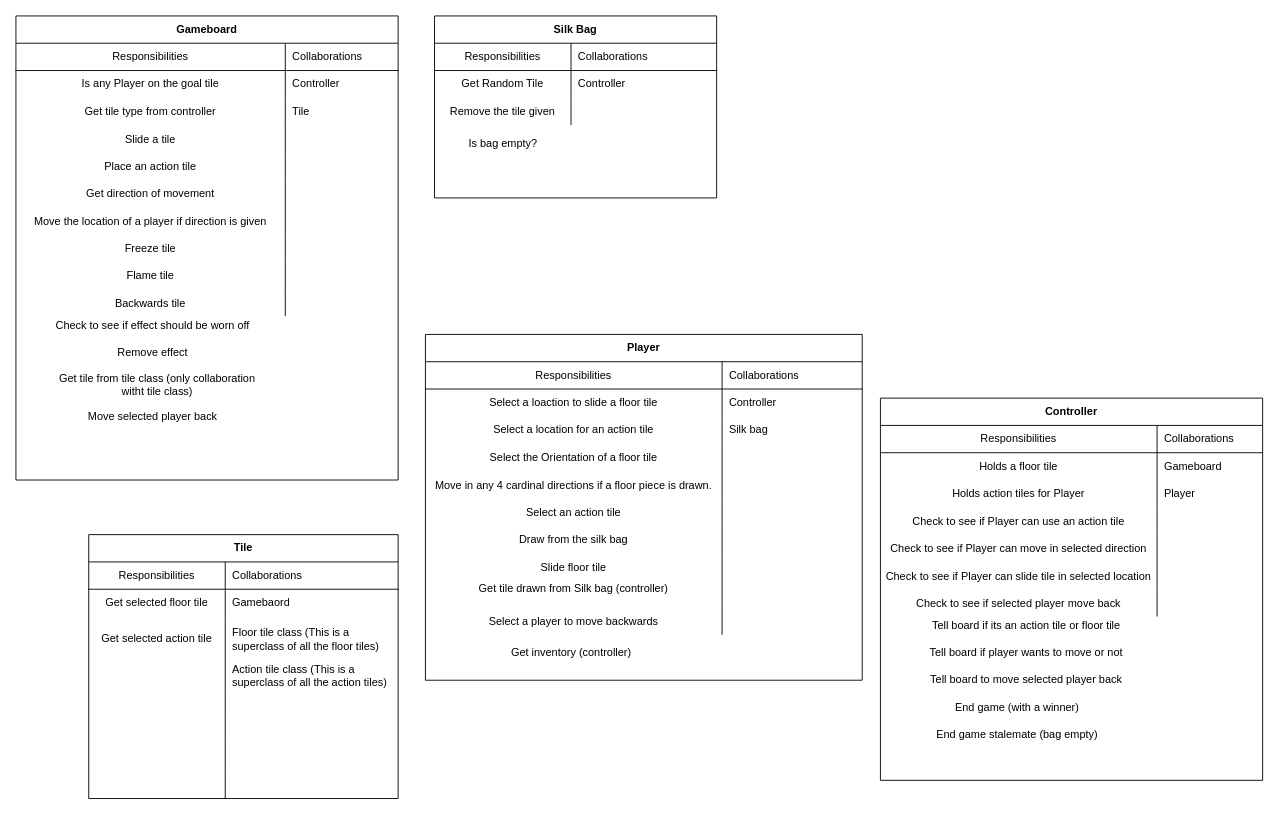
Atif-99/Group14 keeps this draw.io diagram as CRC cards/AtifCRC.drawio. Above is the earlier version. Source tidied: cells renumbered, new cells numbered last; positions are measured from the earlier drawing's top-left corner, leaving out a move shared by most shapes. Both pictures are drawn from the tidied source at 91%, with x=0, y=0 at pixel (15, 15).
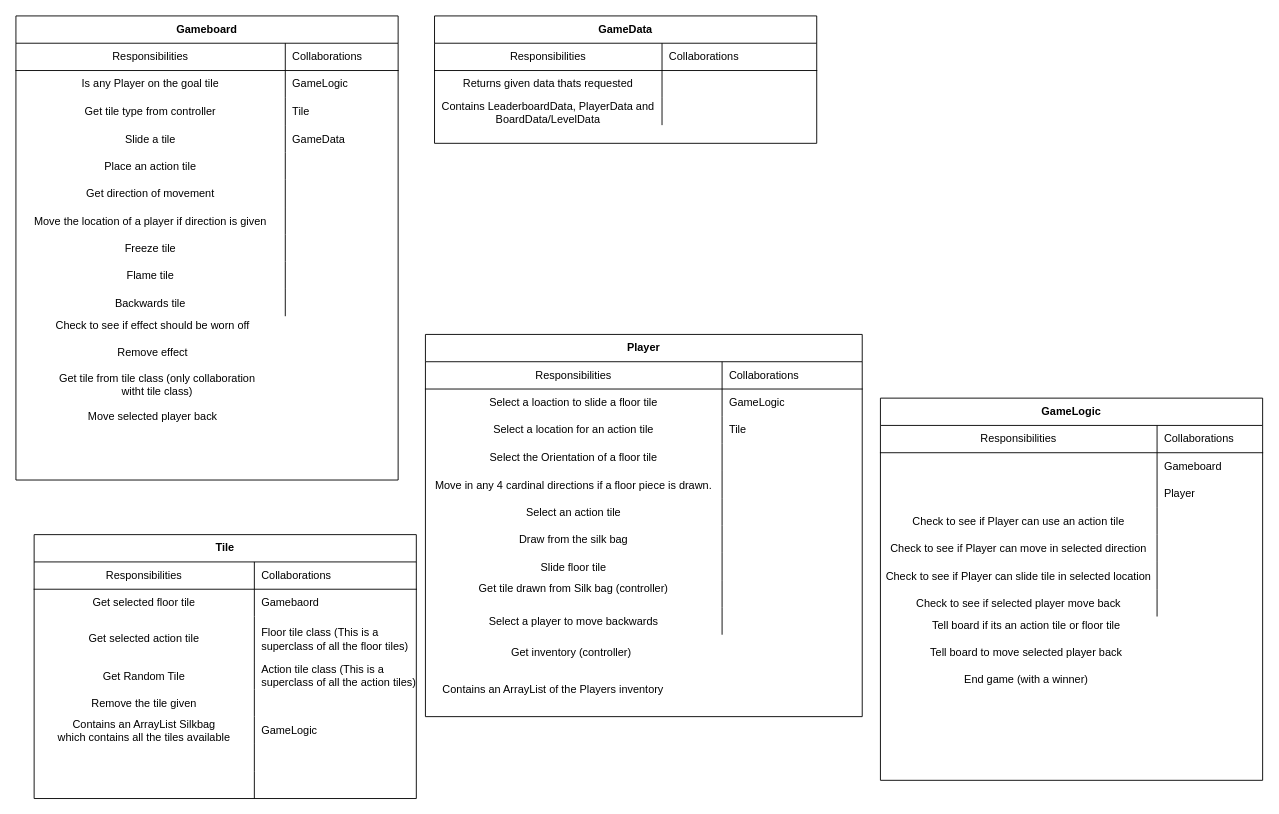
The same page after the edit.

Unchanged cells that the change refers to:
```xml
<mxCell id="6" style="shape=partialRectangle;html=1;whiteSpace=wrap;fillColor=none;top=0;left=0;bottom=0;right=0;" parent="2" vertex="1">
  <mxGeometry y="60" width="420" height="30" as="geometry" />
</mxCell>
<mxCell id="9" style="shape=partialRectangle;html=1;whiteSpace=wrap;fillColor=none;top=0;left=0;bottom=0;right=0;" parent="2" vertex="1">
  <mxGeometry y="90" width="420" height="30" as="geometry" />
</mxCell>
<mxCell id="28" style="shape=partialRectangle;html=1;whiteSpace=wrap;fillColor=none;top=0;left=0;bottom=0;right=0;" parent="24" vertex="1">
  <mxGeometry y="60" width="420" height="30" as="geometry" />
</mxCell>
<mxCell id="34" style="shape=partialRectangle;fillColor=none;top=0;left=0;bottom=0;right=0;align=left;" parent="24" vertex="1">
  <mxGeometry y="120" width="420" height="30" as="geometry" />
</mxCell>
<mxCell id="101" style="shape=partialRectangle;html=1;whiteSpace=wrap;fillColor=none;top=0;left=0;bottom=0;right=0;" parent="97" vertex="1">
  <mxGeometry y="60" width="480" height="30" as="geometry" />
</mxCell>
<mxCell id="104" style="shape=partialRectangle;html=1;whiteSpace=wrap;fillColor=none;top=0;left=0;bottom=0;right=0;" parent="97" vertex="1">
  <mxGeometry y="90" width="480" height="30" as="geometry" />
</mxCell>
```

Change to the diagram source:
```diff
@@
-    <mxCell id="2" value="Controller" style="shape=table;html=1;whiteSpace=wrap;startSize=30;childLayout=tableLayout;rowLines=0;fontStyle=1;align=center;" parent="1" vertex="1">
+    <mxCell id="2" value="GameLogic" style="shape=table;html=1;whiteSpace=wrap;startSize=30;childLayout=tableLayout;rowLines=0;fontStyle=1;align=center;" parent="1" vertex="1">
       <mxGeometry x="950" y="420" width="420" height="420" as="geometry" />
     </mxCell>
@@
-    <mxCell id="7" value="Holds a floor tile" style="shape=partialRectangle;html=1;whiteSpace=wrap;fillColor=none;top=0;left=0;bottom=0;right=0;overflow=hidden;" parent="6" vertex="1">
+    <mxCell id="7" style="shape=partialRectangle;html=1;whiteSpace=wrap;fillColor=none;top=0;left=0;bottom=0;right=0;overflow=hidden;" parent="6" vertex="1">
       <mxGeometry width="304" height="30" as="geometry" />
     </mxCell>
@@
-    <mxCell id="10" value="Holds action tiles for Player" style="shape=partialRectangle;html=1;whiteSpace=wrap;fillColor=none;top=0;left=0;bottom=0;right=0;overflow=hidden;" parent="9" vertex="1">
+    <mxCell id="10" style="shape=partialRectangle;html=1;whiteSpace=wrap;fillColor=none;top=0;left=0;bottom=0;right=0;overflow=hidden;" parent="9" vertex="1">
       <mxGeometry width="304" height="30" as="geometry" />
     </mxCell>
@@
-    <mxCell id="30" value="Controller" style="shape=partialRectangle;html=1;whiteSpace=wrap;fillColor=none;top=0;left=0;bottom=0;right=0;align=left;spacingLeft=6;overflow=hidden;" parent="28" vertex="1">
+    <mxCell id="30" value="GameLogic" style="shape=partialRectangle;html=1;whiteSpace=wrap;fillColor=none;top=0;left=0;bottom=0;right=0;align=left;spacingLeft=6;overflow=hidden;" parent="28" vertex="1">
       <mxGeometry x="296" width="124" height="30" as="geometry" />
     </mxCell>
@@
-    <mxCell id="36" style="shape=partialRectangle;fillColor=none;top=0;left=0;bottom=0;right=0;align=left;spacingLeft=6;fontStyle=0;overflow=hidden;" parent="34" vertex="1">
+    <mxCell id="36" value="GameData" style="shape=partialRectangle;fillColor=none;top=0;left=0;bottom=0;right=0;align=left;spacingLeft=6;fontStyle=0;overflow=hidden;" parent="34" vertex="1">
       <mxGeometry x="296" width="124" height="30" as="geometry" />
     </mxCell>
@@
-    <mxCell id="55" value="Tell board if player wants to move or not" style="text;html=1;align=center;verticalAlign=middle;" parent="1" vertex="1">
-      <mxGeometry x="995" y="690" width="230" height="20" as="geometry" />
-    </mxCell>
@@
     <mxCell id="59" value="Tell board to move selected player back" style="text;html=1;align=center;verticalAlign=middle;" parent="1" vertex="1">
-      <mxGeometry x="995" y="720" width="230" height="20" as="geometry" />
+      <mxGeometry x="995" y="690" width="230" height="20" as="geometry" />
     </mxCell>
     <mxCell id="60" value="Tile" style="shape=table;html=1;whiteSpace=wrap;startSize=30;childLayout=tableLayout;rowLines=0;fontStyle=1;align=center;" parent="1" vertex="1">
-      <mxGeometry x="80" y="570" width="340" height="290" as="geometry" />
+      <mxGeometry x="20" y="570" width="420" height="290" as="geometry" />
     </mxCell>
     <mxCell id="61" style="shape=partialRectangle;html=1;whiteSpace=wrap;fillColor=none;top=0;left=0;bottom=1;right=0;" parent="60" vertex="1">
-      <mxGeometry y="30" width="340" height="30" as="geometry" />
+      <mxGeometry y="30" width="420" height="30" as="geometry" />
     </mxCell>
     <mxCell id="62" value="Responsibilities" style="shape=partialRectangle;html=1;whiteSpace=wrap;fillColor=none;top=0;left=0;bottom=0;right=0;overflow=hidden;" parent="61" vertex="1">
-      <mxGeometry width="150" height="30" as="geometry" />
+      <mxGeometry width="242" height="30" as="geometry" />
     </mxCell>
     <mxCell id="63" value="Collaborations" style="shape=partialRectangle;html=1;whiteSpace=wrap;fillColor=none;top=0;left=0;bottom=0;right=0;align=left;spacingLeft=6;overflow=hidden;" parent="61" vertex="1">
-      <mxGeometry x="150" width="190" height="30" as="geometry" />
+      <mxGeometry x="242" width="178" height="30" as="geometry" />
     </mxCell>
     <mxCell id="64" style="shape=partialRectangle;html=1;whiteSpace=wrap;fillColor=none;top=0;left=0;bottom=0;right=0;" parent="60" vertex="1">
-      <mxGeometry y="60" width="340" height="30" as="geometry" />
+      <mxGeometry y="60" width="420" height="30" as="geometry" />
     </mxCell>
     <mxCell id="65" value="Get selected floor tile" style="shape=partialRectangle;html=1;whiteSpace=wrap;fillColor=none;top=0;left=0;bottom=0;right=0;overflow=hidden;" parent="64" vertex="1">
-      <mxGeometry width="150" height="30" as="geometry" />
+      <mxGeometry width="242" height="30" as="geometry" />
     </mxCell>
     <mxCell id="66" value="Gamebaord" style="shape=partialRectangle;html=1;whiteSpace=wrap;fillColor=none;top=0;left=0;bottom=0;right=0;align=left;spacingLeft=6;overflow=hidden;" parent="64" vertex="1">
-      <mxGeometry x="150" width="190" height="30" as="geometry" />
+      <mxGeometry x="242" width="178" height="30" as="geometry" />
     </mxCell>
     <mxCell id="67" style="shape=partialRectangle;html=1;whiteSpace=wrap;fillColor=none;top=0;left=0;bottom=0;right=0;" parent="60" vertex="1">
-      <mxGeometry y="90" width="340" height="50" as="geometry" />
+      <mxGeometry y="90" width="420" height="50" as="geometry" />
     </mxCell>
     <mxCell id="68" value="Get selected action tile" style="shape=partialRectangle;html=1;whiteSpace=wrap;fillColor=none;top=0;left=0;bottom=0;right=0;overflow=hidden;" parent="67" vertex="1">
-      <mxGeometry width="150" height="50" as="geometry" />
+      <mxGeometry width="242" height="50" as="geometry" />
     </mxCell>
     <mxCell id="69" value="Floor tile class (This is a superclass of all the floor tiles)" style="shape=partialRectangle;html=1;whiteSpace=wrap;fillColor=none;top=0;left=0;bottom=0;right=0;align=left;spacingLeft=6;overflow=hidden;" parent="67" vertex="1">
-      <mxGeometry x="150" width="190" height="50" as="geometry" />
+      <mxGeometry x="242" width="178" height="50" as="geometry" />
     </mxCell>
     <mxCell id="70" style="shape=partialRectangle;fillColor=none;top=0;left=0;bottom=0;right=0;align=left;" parent="60" vertex="1">
-      <mxGeometry y="140" width="340" height="30" as="geometry" />
+      <mxGeometry y="140" width="420" height="30" as="geometry" />
     </mxCell>
-    <mxCell id="71" style="shape=partialRectangle;fillColor=none;top=0;left=0;bottom=0;right=0;fontStyle=0;overflow=hidden;" parent="70" vertex="1">
-      <mxGeometry width="150" height="30" as="geometry" />
+    <mxCell id="71" value="Get Random Tile" style="shape=partialRectangle;fillColor=none;top=0;left=0;bottom=0;right=0;fontStyle=0;overflow=hidden;" parent="70" vertex="1">
+      <mxGeometry width="242" height="30" as="geometry" />
     </mxCell>
     <mxCell id="72" value="Action tile class (This is a&#10;superclass of all the action tiles)&#10;" style="shape=partialRectangle;fillColor=none;top=0;left=0;bottom=0;right=0;align=left;spacingLeft=6;fontStyle=0;overflow=hidden;" parent="70" vertex="1">
-      <mxGeometry x="150" width="190" height="30" as="geometry" />
+      <mxGeometry x="242" width="178" height="30" as="geometry" />
     </mxCell>
     <mxCell id="73" style="shape=partialRectangle;fillColor=none;top=0;left=0;bottom=0;right=0;align=left;" parent="60" vertex="1">
-      <mxGeometry y="170" width="340" height="30" as="geometry" />
+      <mxGeometry y="170" width="420" height="30" as="geometry" />
     </mxCell>
-    <mxCell id="74" style="shape=partialRectangle;fillColor=none;top=0;left=0;bottom=0;right=0;fontStyle=0;overflow=hidden;" parent="73" vertex="1">
-      <mxGeometry width="150" height="30" as="geometry" />
+    <mxCell id="74" value="Remove the tile given" style="shape=partialRectangle;fillColor=none;top=0;left=0;bottom=0;right=0;fontStyle=0;overflow=hidden;" parent="73" vertex="1">
+      <mxGeometry width="242" height="30" as="geometry" />
     </mxCell>
     <mxCell id="75" style="shape=partialRectangle;fillColor=none;top=0;left=0;bottom=0;right=0;align=left;spacingLeft=6;fontStyle=0;overflow=hidden;" parent="73" vertex="1">
-      <mxGeometry x="150" width="190" height="30" as="geometry" />
+      <mxGeometry x="242" width="178" height="30" as="geometry" />
     </mxCell>
     <mxCell id="76" style="shape=partialRectangle;fillColor=none;top=0;left=0;bottom=0;right=0;align=left;" parent="60" vertex="1">
-      <mxGeometry y="200" width="340" height="30" as="geometry" />
+      <mxGeometry y="200" width="420" height="30" as="geometry" />
     </mxCell>
-    <mxCell id="77" style="shape=partialRectangle;fillColor=none;top=0;left=0;bottom=0;right=0;fontStyle=0;overflow=hidden;" parent="76" vertex="1">
-      <mxGeometry width="150" height="30" as="geometry" />
+    <mxCell id="77" value="Contains an ArrayList Silkbag&#10;which contains all the tiles available&#10;" style="shape=partialRectangle;fillColor=none;top=0;left=0;bottom=0;right=0;fontStyle=0;overflow=hidden;" parent="76" vertex="1">
+      <mxGeometry width="242" height="30" as="geometry" />
     </mxCell>
-    <mxCell id="78" style="shape=partialRectangle;fillColor=none;top=0;left=0;bottom=0;right=0;align=left;spacingLeft=6;fontStyle=0;overflow=hidden;" parent="76" vertex="1">
-      <mxGeometry x="150" width="190" height="30" as="geometry" />
+    <mxCell id="78" value="GameLogic" style="shape=partialRectangle;fillColor=none;top=0;left=0;bottom=0;right=0;align=left;spacingLeft=6;fontStyle=0;overflow=hidden;" parent="76" vertex="1">
+      <mxGeometry x="242" width="178" height="30" as="geometry" />
     </mxCell>
     <mxCell id="79" style="shape=partialRectangle;fillColor=none;top=0;left=0;bottom=0;right=0;align=left;" parent="60" vertex="1">
-      <mxGeometry y="230" width="340" height="30" as="geometry" />
+      <mxGeometry y="230" width="420" height="30" as="geometry" />
     </mxCell>
     <mxCell id="80" style="shape=partialRectangle;fillColor=none;top=0;left=0;bottom=0;right=0;fontStyle=0;overflow=hidden;" parent="79" vertex="1">
-      <mxGeometry width="150" height="30" as="geometry" />
+      <mxGeometry width="242" height="30" as="geometry" />
     </mxCell>
     <mxCell id="81" style="shape=partialRectangle;fillColor=none;top=0;left=0;bottom=0;right=0;align=left;spacingLeft=6;fontStyle=0;overflow=hidden;" parent="79" vertex="1">
-      <mxGeometry x="150" width="190" height="30" as="geometry" />
+      <mxGeometry x="242" width="178" height="30" as="geometry" />
     </mxCell>
     <mxCell id="82" style="shape=partialRectangle;fillColor=none;top=0;left=0;bottom=0;right=0;align=left;" parent="60" vertex="1">
-      <mxGeometry y="260" width="340" height="30" as="geometry" />
+      <mxGeometry y="260" width="420" height="30" as="geometry" />
     </mxCell>
     <mxCell id="83" style="shape=partialRectangle;fillColor=none;top=0;left=0;bottom=0;right=0;fontStyle=0;overflow=hidden;" parent="82" vertex="1">
-      <mxGeometry width="150" height="30" as="geometry" />
+      <mxGeometry width="242" height="30" as="geometry" />
     </mxCell>
     <mxCell id="84" style="shape=partialRectangle;fillColor=none;top=0;left=0;bottom=0;right=0;align=left;spacingLeft=6;fontStyle=0;overflow=hidden;" parent="82" vertex="1">
-      <mxGeometry x="150" width="190" height="30" as="geometry" />
+      <mxGeometry x="242" width="178" height="30" as="geometry" />
     </mxCell>
@@
-    <mxCell id="87" value="Silk Bag" style="shape=table;html=1;whiteSpace=wrap;startSize=30;childLayout=tableLayout;rowLines=0;fontStyle=1;align=center;" parent="1" vertex="1">
-      <mxGeometry x="460" width="310" height="200" as="geometry" />
+    <mxCell id="87" value="GameData" style="shape=table;html=1;whiteSpace=wrap;startSize=30;childLayout=tableLayout;rowLines=0;fontStyle=1;align=center;" parent="1" vertex="1">
+      <mxGeometry x="460" width="420" height="140" as="geometry" />
     </mxCell>
     <mxCell id="88" style="shape=partialRectangle;html=1;whiteSpace=wrap;fillColor=none;top=0;left=0;bottom=1;right=0;" parent="87" vertex="1">
-      <mxGeometry y="30" width="310" height="30" as="geometry" />
+      <mxGeometry y="30" width="420" height="30" as="geometry" />
     </mxCell>
     <mxCell id="89" value="Responsibilities" style="shape=partialRectangle;html=1;whiteSpace=wrap;fillColor=none;top=0;left=0;bottom=0;right=0;overflow=hidden;" parent="88" vertex="1">
-      <mxGeometry width="150" height="30" as="geometry" />
+      <mxGeometry width="250" height="30" as="geometry" />
     </mxCell>
     <mxCell id="90" value="Collaborations" style="shape=partialRectangle;html=1;whiteSpace=wrap;fillColor=none;top=0;left=0;bottom=0;right=0;align=left;spacingLeft=6;overflow=hidden;" parent="88" vertex="1">
-      <mxGeometry x="150" width="160" height="30" as="geometry" />
+      <mxGeometry x="250" width="170" height="30" as="geometry" />
     </mxCell>
     <mxCell id="91" style="shape=partialRectangle;html=1;whiteSpace=wrap;fillColor=none;top=0;left=0;bottom=0;right=0;" parent="87" vertex="1">
-      <mxGeometry y="60" width="310" height="30" as="geometry" />
+      <mxGeometry y="60" width="420" height="30" as="geometry" />
     </mxCell>
-    <mxCell id="92" value="Get Random Tile" style="shape=partialRectangle;html=1;whiteSpace=wrap;fillColor=none;top=0;left=0;bottom=0;right=0;overflow=hidden;" parent="91" vertex="1">
-      <mxGeometry width="150" height="30" as="geometry" />
+    <mxCell id="92" value="Returns given data thats requested " style="shape=partialRectangle;html=1;whiteSpace=wrap;fillColor=none;top=0;left=0;bottom=0;right=0;overflow=hidden;" parent="91" vertex="1">
+      <mxGeometry width="250" height="30" as="geometry" />
     </mxCell>
-    <mxCell id="93" value="Controller" style="shape=partialRectangle;html=1;whiteSpace=wrap;fillColor=none;top=0;left=0;bottom=0;right=0;align=left;spacingLeft=6;overflow=hidden;" parent="91" vertex="1">
-      <mxGeometry x="150" width="160" height="30" as="geometry" />
+    <mxCell id="93" style="shape=partialRectangle;html=1;whiteSpace=wrap;fillColor=none;top=0;left=0;bottom=0;right=0;align=left;spacingLeft=6;overflow=hidden;" parent="91" vertex="1">
+      <mxGeometry x="250" width="170" height="30" as="geometry" />
     </mxCell>
     <mxCell id="94" style="shape=partialRectangle;html=1;whiteSpace=wrap;fillColor=none;top=0;left=0;bottom=0;right=0;" parent="87" vertex="1">
-      <mxGeometry y="90" width="310" height="30" as="geometry" />
+      <mxGeometry y="90" width="420" height="30" as="geometry" />
     </mxCell>
-    <mxCell id="95" value="Remove the tile given" style="shape=partialRectangle;html=1;whiteSpace=wrap;fillColor=none;top=0;left=0;bottom=0;right=0;overflow=hidden;" parent="94" vertex="1">
-      <mxGeometry width="150" height="30" as="geometry" />
+    <mxCell id="95" value="Contains LeaderboardData, PlayerData and BoardData/LevelData" style="shape=partialRectangle;html=1;whiteSpace=wrap;fillColor=none;top=0;left=0;bottom=0;right=0;overflow=hidden;" parent="94" vertex="1">
+      <mxGeometry width="250" height="30" as="geometry" />
     </mxCell>
     <mxCell id="96" style="shape=partialRectangle;html=1;whiteSpace=wrap;fillColor=none;top=0;left=0;bottom=0;right=0;align=left;spacingLeft=6;overflow=hidden;" parent="94" vertex="1">
-      <mxGeometry x="150" width="160" height="30" as="geometry" />
+      <mxGeometry x="250" width="170" height="30" as="geometry" />
     </mxCell>
     <mxCell id="97" value="Player" style="shape=table;html=1;whiteSpace=wrap;startSize=30;childLayout=tableLayout;rowLines=0;fontStyle=1;align=center;" parent="1" vertex="1">
-      <mxGeometry x="450" y="350" width="480" height="380" as="geometry" />
+      <mxGeometry x="450" y="350" width="480" height="420" as="geometry" />
     </mxCell>
@@
-    <mxCell id="103" value="Controller" style="shape=partialRectangle;html=1;whiteSpace=wrap;fillColor=none;top=0;left=0;bottom=0;right=0;align=left;spacingLeft=6;overflow=hidden;" parent="101" vertex="1">
+    <mxCell id="103" value="GameLogic" style="shape=partialRectangle;html=1;whiteSpace=wrap;fillColor=none;top=0;left=0;bottom=0;right=0;align=left;spacingLeft=6;overflow=hidden;" parent="101" vertex="1">
       <mxGeometry x="326" width="154" height="30" as="geometry" />
     </mxCell>
@@
-    <mxCell id="106" value="Silk bag" style="shape=partialRectangle;html=1;whiteSpace=wrap;fillColor=none;top=0;left=0;bottom=0;right=0;align=left;spacingLeft=6;overflow=hidden;" parent="104" vertex="1">
+    <mxCell id="106" value="Tile" style="shape=partialRectangle;html=1;whiteSpace=wrap;fillColor=none;top=0;left=0;bottom=0;right=0;align=left;spacingLeft=6;overflow=hidden;" parent="104" vertex="1">
       <mxGeometry x="326" width="154" height="30" as="geometry" />
     </mxCell>
@@
-    <mxCell id="128" value="Is bag empty?" style="text;html=1;align=center;verticalAlign=middle;" parent="1" vertex="1">
-      <mxGeometry x="490" y="130" width="90" height="20" as="geometry" />
-    </mxCell>
     <mxCell id="129" value="End game (with a winner)" style="text;html=1;align=center;verticalAlign=middle;" parent="1" vertex="1">
-      <mxGeometry x="1020" y="750" width="160" height="20" as="geometry" />
+      <mxGeometry x="1030" y="720" width="160" height="20" as="geometry" />
     </mxCell>
-    <mxCell id="130" value="End game stalemate (bag empty)" style="text;html=1;align=center;verticalAlign=middle;" parent="1" vertex="1">
-      <mxGeometry x="1000" y="780" width="200" height="20" as="geometry" />
-    </mxCell>
@@
+    <mxCell id="132" value="Contains an ArrayList of the Players inventory" style="text;html=1;align=center;verticalAlign=middle;" parent="1" vertex="1">
+      <mxGeometry x="460" y="730" width="260" height="20" as="geometry" />
+    </mxCell>
```
